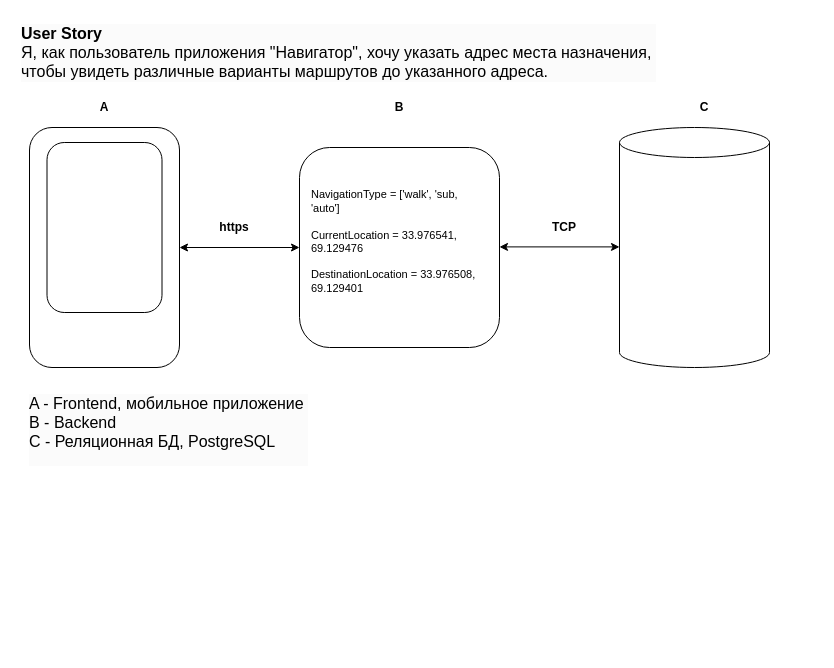
Before: Sinyagin_Andrey/Architecture/T5_Architecture.drawio in abdullahproff/BSA21_1, a draw.io diagram. Source tidied: cells renumbered, new cells numbered last; positions are measured from the earlier drawing's top-left corner, leaving out a move shared by most shapes. Both pictures are drawn from the tidied source at 100%, with x=0, y=0 at pixel (19, 17).
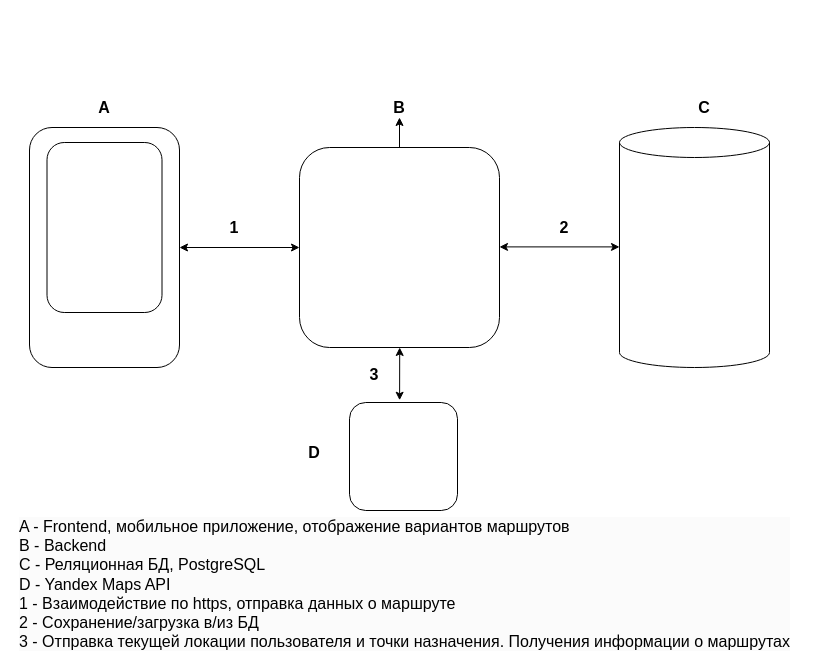
Above is the later version.

Unchanged cells that the change refers to:
```xml
<mxCell id="4" style="rounded=1;whiteSpace=wrap;html=1;" parent="1" vertex="1">
  <mxGeometry x="280" y="130" width="200" height="200" as="geometry" />
</mxCell>
```

What changed in the source:
```diff
@@
-    <mxCell id="2" value="&lt;div style=&quot;forced-color-adjust: none; color: rgb(0, 0, 0); font-family: Helvetica; font-size: 12px; font-style: normal; font-variant-ligatures: normal; font-variant-caps: normal; font-weight: 400; letter-spacing: normal; orphans: 2; text-align: left; text-indent: 0px; text-transform: none; widows: 2; word-spacing: 0px; -webkit-text-stroke-width: 0px; white-space: normal; background-color: rgb(251, 251, 251); text-decoration-thickness: initial; text-decoration-style: initial; text-decoration-color: initial;&quot;&gt;&lt;font size=&quot;3&quot; style=&quot;forced-color-adjust: none;&quot;&gt;&lt;b style=&quot;forced-color-adjust: none;&quot;&gt;User Story&lt;/b&gt;&lt;/font&gt;&lt;/div&gt;&lt;div style=&quot;forced-color-adjust: none; color: rgb(0, 0, 0); font-family: Helvetica; font-size: 12px; font-style: normal; font-variant-ligatures: normal; font-variant-caps: normal; font-weight: 400; letter-spacing: normal; orphans: 2; text-align: left; text-indent: 0px; text-transform: none; widows: 2; word-spacing: 0px; -webkit-text-stroke-width: 0px; white-space: normal; background-color: rgb(251, 251, 251); text-decoration-thickness: initial; text-decoration-style: initial; text-decoration-color: initial;&quot;&gt;&lt;span style=&quot;font-size: 16px;&quot;&gt;Я, как пользователь приложения &quot;Навигатор&quot;, хочу указать адрес места назначения,&amp;nbsp;&lt;/span&gt;&lt;br&gt;&lt;/div&gt;&lt;div style=&quot;forced-color-adjust: none; color: rgb(0, 0, 0); font-family: Helvetica; font-size: 12px; font-style: normal; font-variant-ligatures: normal; font-variant-caps: normal; font-weight: 400; letter-spacing: normal; orphans: 2; text-align: left; text-indent: 0px; text-transform: none; widows: 2; word-spacing: 0px; -webkit-text-stroke-width: 0px; white-space: normal; background-color: rgb(251, 251, 251); text-decoration-thickness: initial; text-decoration-style: initial; text-decoration-color: initial;&quot;&gt;&lt;font style=&quot;forced-color-adjust: none; font-size: 16px;&quot;&gt;чтобы увидеть различные варианты маршрутов до указанного адреса.&lt;/font&gt;&lt;/div&gt;" style="text;whiteSpace=wrap;html=1;" parent="1" vertex="1">
-      <mxGeometry width="790" height="70" as="geometry" />
-    </mxCell>
@@
+    <mxCell id="16" style="edgeStyle=orthogonalEdgeStyle;rounded=0;jettySize=auto;html=1;" parent="1" edge="1" source="4" target="9">
+      <mxGeometry relative="1" as="geometry" />
+    </mxCell>
@@
-    <mxCell id="8" value="&lt;b&gt;A&lt;/b&gt;" style="text;html=1;align=center;verticalAlign=middle;whiteSpace=wrap;rounded=0;" parent="1" vertex="1">
+    <mxCell id="8" value="&lt;b&gt;&lt;font style=&quot;font-size: 16px;&quot;&gt;A&lt;/font&gt;&lt;/b&gt;" style="text;html=1;align=center;verticalAlign=middle;whiteSpace=wrap;rounded=0;" parent="1" vertex="1">
       <mxGeometry x="70" y="80" width="30" height="20" as="geometry" />
     </mxCell>
-    <mxCell id="9" value="&lt;b&gt;B&lt;/b&gt;" style="text;html=1;align=center;verticalAlign=middle;whiteSpace=wrap;rounded=0;" parent="1" vertex="1">
+    <mxCell id="9" value="&lt;b&gt;&lt;font style=&quot;font-size: 16px;&quot;&gt;B&lt;/font&gt;&lt;/b&gt;" style="text;html=1;align=center;verticalAlign=middle;whiteSpace=wrap;rounded=0;" parent="1" vertex="1">
       <mxGeometry x="365" y="80" width="30" height="20" as="geometry" />
     </mxCell>
-    <mxCell id="10" value="&lt;b&gt;C&lt;/b&gt;" style="text;html=1;align=center;verticalAlign=middle;whiteSpace=wrap;rounded=0;" parent="1" vertex="1">
+    <mxCell id="10" value="&lt;b&gt;&lt;font style=&quot;font-size: 16px;&quot;&gt;C&lt;/font&gt;&lt;/b&gt;" style="text;html=1;align=center;verticalAlign=middle;whiteSpace=wrap;rounded=0;" parent="1" vertex="1">
       <mxGeometry x="670" y="80" width="30" height="20" as="geometry" />
     </mxCell>
-    <mxCell id="11" value="&lt;b&gt;https&lt;/b&gt;" style="text;html=1;align=center;verticalAlign=middle;whiteSpace=wrap;rounded=0;" parent="1" vertex="1">
+    <mxCell id="11" value="&lt;b&gt;&lt;font style=&quot;font-size: 16px;&quot;&gt;1&lt;/font&gt;&lt;/b&gt;" style="text;html=1;align=center;verticalAlign=middle;whiteSpace=wrap;rounded=0;" parent="1" vertex="1">
       <mxGeometry x="200" y="200" width="30" height="20" as="geometry" />
     </mxCell>
-    <mxCell id="12" value="&lt;div style=&quot;forced-color-adjust: none; color: rgb(0, 0, 0); font-family: Helvetica; font-style: normal; font-variant-ligatures: normal; font-variant-caps: normal; letter-spacing: normal; orphans: 2; text-align: left; text-indent: 0px; text-transform: none; widows: 2; word-spacing: 0px; -webkit-text-stroke-width: 0px; white-space: normal; background-color: rgb(251, 251, 251); text-decoration-thickness: initial; text-decoration-style: initial; text-decoration-color: initial;&quot;&gt;&lt;font size=&quot;3&quot;&gt;A - Frontend, мобильное приложение&amp;nbsp;&lt;/font&gt;&lt;/div&gt;&lt;div style=&quot;forced-color-adjust: none; color: rgb(0, 0, 0); font-family: Helvetica; font-style: normal; font-variant-ligatures: normal; font-variant-caps: normal; letter-spacing: normal; orphans: 2; text-align: left; text-indent: 0px; text-transform: none; widows: 2; word-spacing: 0px; -webkit-text-stroke-width: 0px; white-space: normal; background-color: rgb(251, 251, 251); text-decoration-thickness: initial; text-decoration-style: initial; text-decoration-color: initial;&quot;&gt;&lt;font size=&quot;3&quot;&gt;B - Backend&lt;/font&gt;&lt;/div&gt;&lt;div style=&quot;forced-color-adjust: none; color: rgb(0, 0, 0); font-family: Helvetica; font-style: normal; font-variant-ligatures: normal; font-variant-caps: normal; letter-spacing: normal; orphans: 2; text-align: left; text-indent: 0px; text-transform: none; widows: 2; word-spacing: 0px; -webkit-text-stroke-width: 0px; white-space: normal; background-color: rgb(251, 251, 251); text-decoration-thickness: initial; text-decoration-style: initial; text-decoration-color: initial;&quot;&gt;&lt;font size=&quot;3&quot;&gt;C - Реляционная БД, PostgreSQL&lt;/font&gt;&lt;/div&gt;&lt;div style=&quot;forced-color-adjust: none; color: rgb(0, 0, 0); font-family: Helvetica; font-style: normal; font-variant-ligatures: normal; font-variant-caps: normal; letter-spacing: normal; orphans: 2; text-align: left; text-indent: 0px; text-transform: none; widows: 2; word-spacing: 0px; -webkit-text-stroke-width: 0px; white-space: normal; background-color: rgb(251, 251, 251); text-decoration-thickness: initial; text-decoration-style: initial; text-decoration-color: initial;&quot;&gt;&lt;br&gt;&lt;/div&gt;" style="text;whiteSpace=wrap;html=1;" parent="1" vertex="1">
-      <mxGeometry x="8" y="370" width="790" height="90" as="geometry" />
+    <mxCell id="12" value="&lt;div style=&quot;forced-color-adjust: none; color: rgb(0, 0, 0); font-family: Helvetica; font-style: normal; font-variant-ligatures: normal; font-variant-caps: normal; letter-spacing: normal; orphans: 2; text-align: left; text-indent: 0px; text-transform: none; widows: 2; word-spacing: 0px; -webkit-text-stroke-width: 0px; white-space: normal; background-color: rgb(251, 251, 251); text-decoration-thickness: initial; text-decoration-style: initial; text-decoration-color: initial;&quot;&gt;&lt;font size=&quot;3&quot;&gt;A - Frontend, мобильное приложение, отображение вариантов маршрутов&amp;nbsp;&lt;/font&gt;&lt;/div&gt;&lt;div style=&quot;forced-color-adjust: none; color: rgb(0, 0, 0); font-family: Helvetica; font-style: normal; font-variant-ligatures: normal; font-variant-caps: normal; letter-spacing: normal; orphans: 2; text-align: left; text-indent: 0px; text-transform: none; widows: 2; word-spacing: 0px; -webkit-text-stroke-width: 0px; white-space: normal; background-color: rgb(251, 251, 251); text-decoration-thickness: initial; text-decoration-style: initial; text-decoration-color: initial;&quot;&gt;&lt;font size=&quot;3&quot;&gt;B - Backend&lt;/font&gt;&lt;/div&gt;&lt;div style=&quot;forced-color-adjust: none; color: rgb(0, 0, 0); font-family: Helvetica; font-style: normal; font-variant-ligatures: normal; font-variant-caps: normal; letter-spacing: normal; orphans: 2; text-align: left; text-indent: 0px; text-transform: none; widows: 2; word-spacing: 0px; -webkit-text-stroke-width: 0px; white-space: normal; background-color: rgb(251, 251, 251); text-decoration-thickness: initial; text-decoration-style: initial; text-decoration-color: initial;&quot;&gt;&lt;font size=&quot;3&quot;&gt;C - Реляционная БД, PostgreSQL&lt;/font&gt;&lt;/div&gt;&lt;div style=&quot;forced-color-adjust: none; color: rgb(0, 0, 0); font-family: Helvetica; font-style: normal; font-variant-ligatures: normal; font-variant-caps: normal; letter-spacing: normal; orphans: 2; text-align: left; text-indent: 0px; text-transform: none; widows: 2; word-spacing: 0px; -webkit-text-stroke-width: 0px; white-space: normal; background-color: rgb(251, 251, 251); text-decoration-thickness: initial; text-decoration-style: initial; text-decoration-color: initial;&quot;&gt;&lt;font size=&quot;3&quot;&gt;D - Yandex Maps API&lt;/font&gt;&lt;/div&gt;&lt;div style=&quot;forced-color-adjust: none; color: rgb(0, 0, 0); font-family: Helvetica; font-style: normal; font-variant-ligatures: normal; font-variant-caps: normal; letter-spacing: normal; orphans: 2; text-align: left; text-indent: 0px; text-transform: none; widows: 2; word-spacing: 0px; -webkit-text-stroke-width: 0px; white-space: normal; background-color: rgb(251, 251, 251); text-decoration-thickness: initial; text-decoration-style: initial; text-decoration-color: initial;&quot;&gt;&lt;font size=&quot;3&quot;&gt;1 - Взаимодействие по https, отправка данных о маршруте&lt;/font&gt;&lt;/div&gt;&lt;div style=&quot;forced-color-adjust: none; color: rgb(0, 0, 0); font-family: Helvetica; font-style: normal; font-variant-ligatures: normal; font-variant-caps: normal; letter-spacing: normal; orphans: 2; text-align: left; text-indent: 0px; text-transform: none; widows: 2; word-spacing: 0px; -webkit-text-stroke-width: 0px; white-space: normal; background-color: rgb(251, 251, 251); text-decoration-thickness: initial; text-decoration-style: initial; text-decoration-color: initial;&quot;&gt;&lt;font size=&quot;3&quot;&gt;2 - Сохранение/загрузка в/из БД&lt;/font&gt;&lt;/div&gt;&lt;div style=&quot;forced-color-adjust: none; color: rgb(0, 0, 0); font-family: Helvetica; font-style: normal; font-variant-ligatures: normal; font-variant-caps: normal; letter-spacing: normal; orphans: 2; text-align: left; text-indent: 0px; text-transform: none; widows: 2; word-spacing: 0px; -webkit-text-stroke-width: 0px; white-space: normal; background-color: rgb(251, 251, 251); text-decoration-thickness: initial; text-decoration-style: initial; text-decoration-color: initial;&quot;&gt;&lt;font size=&quot;3&quot;&gt;3 - Отправка текущей локации пользователя и точки назначения. Получения информации о маршрутах&lt;/font&gt;&lt;/div&gt;" style="text;whiteSpace=wrap;html=1;" parent="1" vertex="1">
+      <mxGeometry x="-2" y="493" width="790" height="120" as="geometry" />
     </mxCell>
@@
-    <mxCell id="14" value="&lt;font style=&quot;font-size: 11px;&quot;&gt;NavigationType = ['walk', 'sub, 'auto']&lt;/font&gt;&lt;div style=&quot;font-size: 11px;&quot;&gt;&lt;font style=&quot;font-size: 11px;&quot;&gt;&lt;br&gt;&lt;/font&gt;&lt;/div&gt;&lt;div style=&quot;font-size: 11px;&quot;&gt;&lt;font style=&quot;font-size: 11px;&quot;&gt;CurrentLocation = 33.976541, 69.129476&lt;/font&gt;&lt;/div&gt;&lt;div style=&quot;font-size: 11px;&quot;&gt;&lt;font style=&quot;font-size: 11px;&quot;&gt;&lt;br&gt;&lt;/font&gt;&lt;/div&gt;&lt;div style=&quot;font-size: 11px;&quot;&gt;&lt;font style=&quot;font-size: 11px;&quot;&gt;DestinationLocation =&amp;nbsp;&lt;span style=&quot;background-color: initial;&quot;&gt;33.976508, 69.129401&lt;/span&gt;&lt;/font&gt;&lt;/div&gt;&lt;div style=&quot;font-size: 11px;&quot;&gt;&lt;br&gt;&lt;/div&gt;" style="text;html=1;align=left;verticalAlign=middle;whiteSpace=wrap;rounded=0;" parent="1" vertex="1">
-      <mxGeometry x="290" y="150" width="180" height="160" as="geometry" />
-    </mxCell>
-    <mxCell id="15" value="&lt;b&gt;TCP&lt;/b&gt;" style="text;html=1;align=center;verticalAlign=middle;whiteSpace=wrap;rounded=0;" parent="1" vertex="1">
+    <mxCell id="15" value="&lt;font style=&quot;font-size: 16px;&quot;&gt;&lt;b&gt;2&lt;/b&gt;&lt;/font&gt;" style="text;html=1;align=center;verticalAlign=middle;whiteSpace=wrap;rounded=0;" parent="1" vertex="1">
       <mxGeometry x="530" y="200" width="30" height="20" as="geometry" />
     </mxCell>
+    <mxCell id="17" style="rounded=1;whiteSpace=wrap;html=1;" parent="1" vertex="1">
+      <mxGeometry x="330" y="385" width="108" height="108" as="geometry" />
+    </mxCell>
+    <mxCell id="18" value="&lt;b&gt;&lt;font style=&quot;font-size: 16px;&quot;&gt;D&lt;/font&gt;&lt;/b&gt;" style="text;html=1;align=center;verticalAlign=middle;whiteSpace=wrap;rounded=0;" parent="1" vertex="1">
+      <mxGeometry x="280" y="425" width="30" height="20" as="geometry" />
+    </mxCell>
+    <mxCell id="19" style="endArrow=classic;startArrow=classic;html=1;rounded=0;exitX=1;exitY=0.5;exitDx=0;exitDy=0;entryX=0.464;entryY=-0.021;entryDx=0;entryDy=0;entryPerimeter=0;" parent="1" edge="1" target="17">
+      <mxGeometry relative="1" as="geometry">
+        <mxPoint x="380.2" y="330" as="sourcePoint" />
+      </mxGeometry>
+    </mxCell>
+    <mxCell id="20" value="&lt;b&gt;&lt;font style=&quot;font-size: 16px;&quot;&gt;3&lt;/font&gt;&lt;/b&gt;" style="text;html=1;align=center;verticalAlign=middle;whiteSpace=wrap;rounded=0;" parent="1" vertex="1">
+      <mxGeometry x="340" y="346.5" width="30" height="20" as="geometry" />
+    </mxCell>
```
